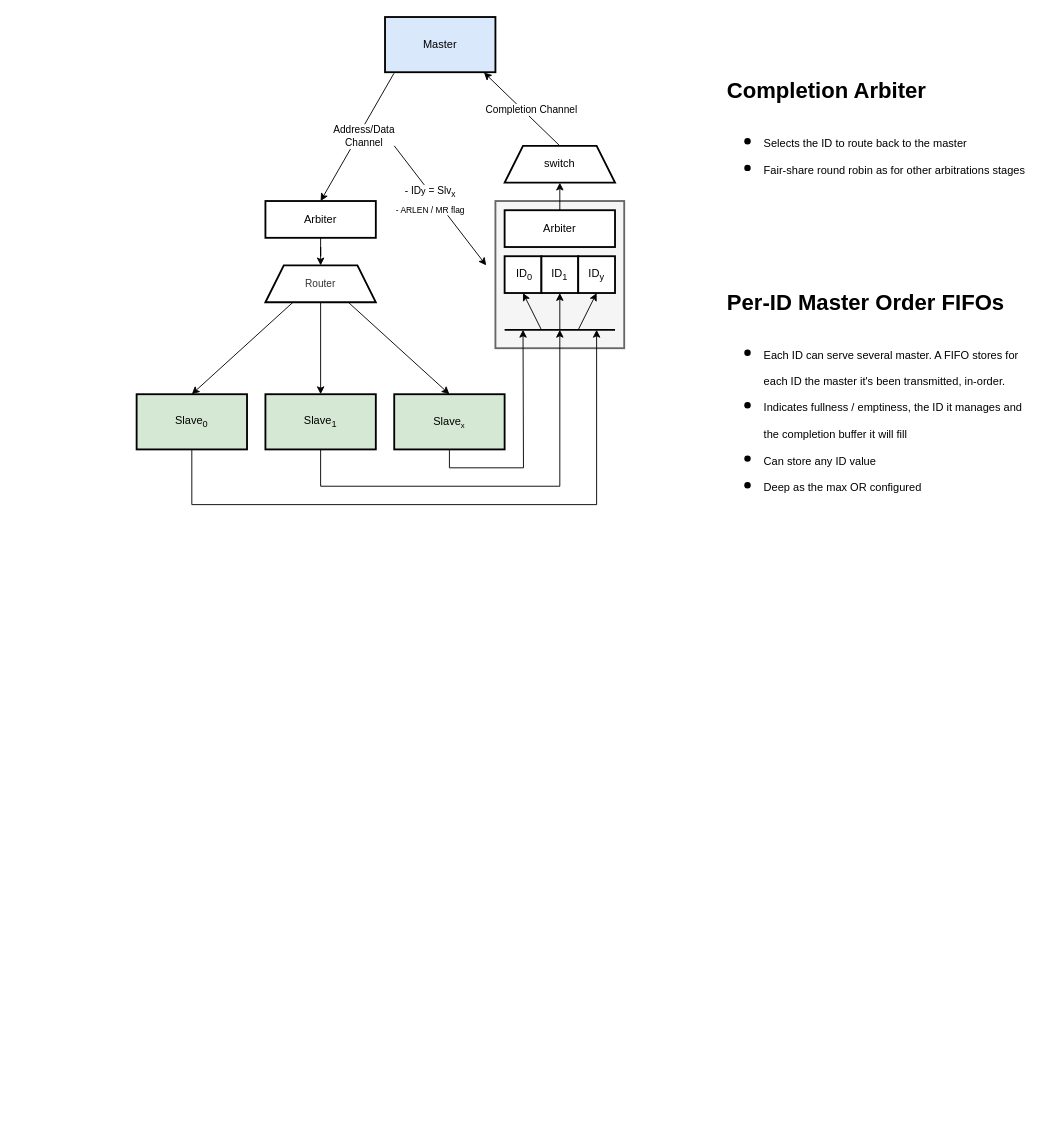
The draw.io diagram page "Slave Switch OoO" (3 of 3) of doc/crossbar.drawio in dpretet/axi-crossbar, before the edit. Source tidied: cells renumbered, new cells numbered last; positions are measured from the earlier drawing's top-left corner, leaving out a move shared by most shapes. Both pictures are drawn from the tidied source at 92%, with x=0, y=0 at pixel (136, 17).
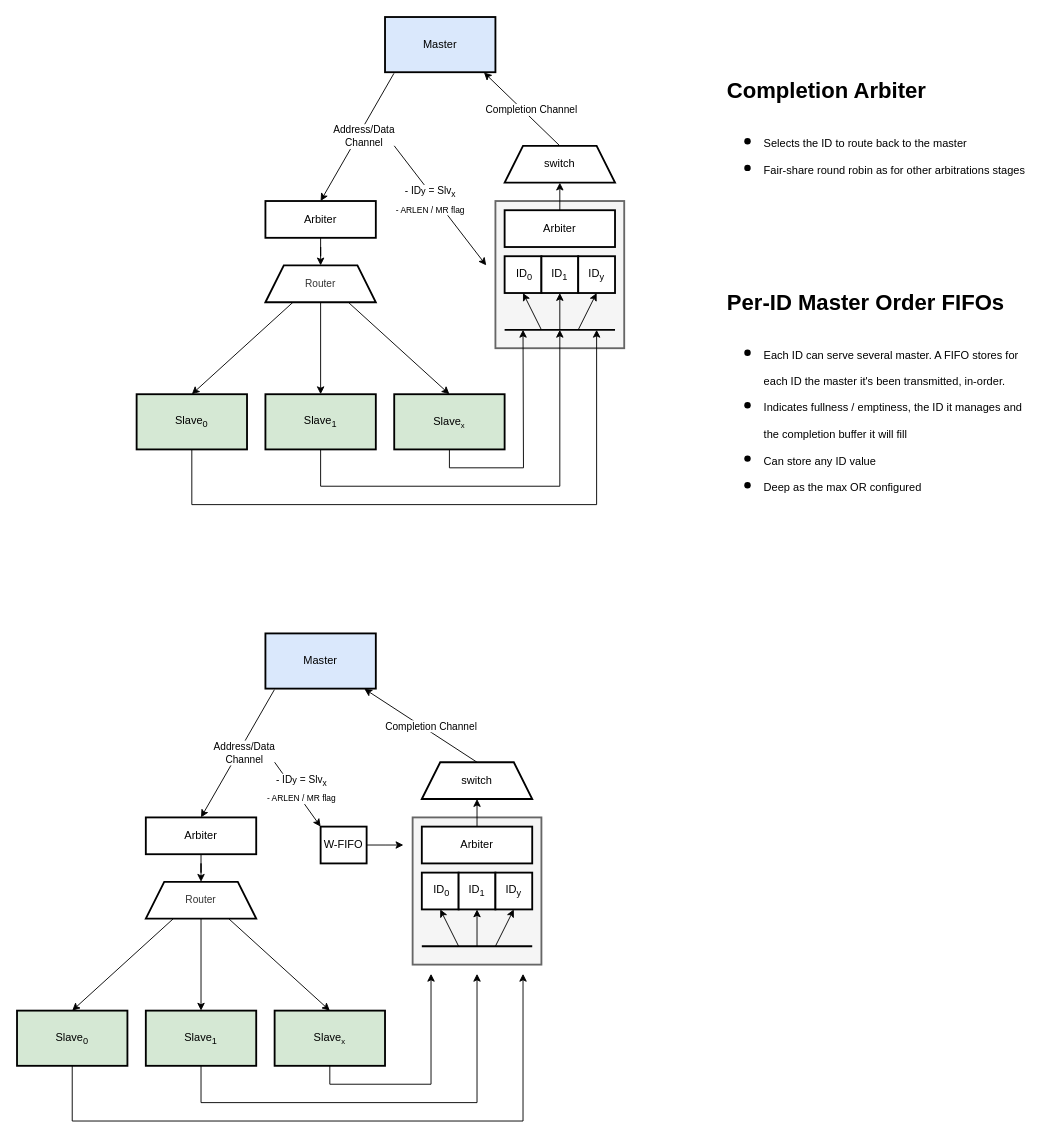
Above is the later version.

Commit message (it also covers changes not shown here):
Change: rewrite ordering rules management chapter Fix: slv_switch_rd.sv didn't use correctly a_mr / c_mr flag Fix: mst_driver.sv didn't reset the read channels pointers

Change to the diagram source:
```diff
@@
+    <mxCell id="34" style="rounded=0;whiteSpace=wrap;html=1;fillColor=#f5f5f5;fontColor=#333333;strokeColor=#666666;strokeWidth=2;" parent="1" vertex="1">
+      <mxGeometry x="300" y="870" width="140" height="160" as="geometry" />
+    </mxCell>
+    <mxCell id="35" value="&amp;nbsp;ID&lt;sub&gt;0&lt;/sub&gt;" style="rounded=0;whiteSpace=wrap;html=1;strokeWidth=2;" parent="1" vertex="1">
+      <mxGeometry x="310" y="930" width="40" height="40" as="geometry" />
+    </mxCell>
+    <mxCell id="36" value="ID&lt;sub&gt;1&lt;/sub&gt;" style="rounded=0;whiteSpace=wrap;html=1;strokeWidth=2;" parent="1" vertex="1">
+      <mxGeometry x="350" y="930" width="40" height="40" as="geometry" />
+    </mxCell>
+    <mxCell id="37" value="ID&lt;sub&gt;y&lt;/sub&gt;" style="rounded=0;whiteSpace=wrap;html=1;strokeWidth=2;" parent="1" vertex="1">
+      <mxGeometry x="390" y="930" width="40" height="40" as="geometry" />
+    </mxCell>
+    <mxCell id="38" style="rounded=0;jettySize=auto;html=1;exitX=0.081;exitY=1.02;exitDx=0;exitDy=0;exitPerimeter=0;entryX=0.5;entryY=0;entryDx=0;entryDy=0;" parent="1" edge="1" source="40" target="63">
+      <mxGeometry relative="1" as="geometry" />
+    </mxCell>
+    <mxCell id="39" value="Address/Data &lt;br&gt;Channel" style="edgeLabel;html=1;align=center;verticalAlign=middle;" parent="38" vertex="1">
+      <mxGeometry x="-0.14" y="-1" relative="1" as="geometry">
+        <mxPoint x="2" y="9" as="offset" />
+      </mxGeometry>
+    </mxCell>
+    <mxCell id="40" value="Master" style="rounded=0;whiteSpace=wrap;html=1;fillColor=#dae8fc;strokeWidth=2;" parent="1" vertex="1">
+      <mxGeometry x="140" y="670" width="120" height="60" as="geometry" />
+    </mxCell>
+    <mxCell id="41" style="edgeStyle=orthogonalEdgeStyle;rounded=0;jettySize=auto;html=1;exitX=0.5;exitY=1;exitDx=0;exitDy=0;" parent="1" edge="1" source="42">
+      <mxGeometry relative="1" as="geometry">
+        <mxPoint x="420" y="1040" as="targetPoint" />
+        <Array as="points">
+          <mxPoint x="-70" y="1200" />
+          <mxPoint x="420" y="1200" />
+        </Array>
+      </mxGeometry>
+    </mxCell>
+    <mxCell id="42" value="Slave&lt;sub&gt;0&lt;/sub&gt;" style="rounded=0;whiteSpace=wrap;html=1;fillColor=#d5e8d4;strokeWidth=2;" parent="1" vertex="1">
+      <mxGeometry x="-130" y="1080" width="120" height="60" as="geometry" />
+    </mxCell>
+    <mxCell id="43" style="edgeStyle=orthogonalEdgeStyle;rounded=0;jettySize=auto;html=1;exitX=0.5;exitY=1;exitDx=0;exitDy=0;" parent="1" edge="1" source="44">
+      <mxGeometry relative="1" as="geometry">
+        <mxPoint x="370" y="1040" as="targetPoint" />
+        <Array as="points">
+          <mxPoint x="70" y="1180" />
+          <mxPoint x="370" y="1180" />
+        </Array>
+      </mxGeometry>
+    </mxCell>
+    <mxCell id="44" value="Slave&lt;sub&gt;1&lt;/sub&gt;" style="rounded=0;whiteSpace=wrap;html=1;fillColor=#d5e8d4;strokeWidth=2;" parent="1" vertex="1">
+      <mxGeometry x="10" y="1080" width="120" height="60" as="geometry" />
+    </mxCell>
+    <mxCell id="45" style="edgeStyle=orthogonalEdgeStyle;rounded=0;jettySize=auto;html=1;exitX=0.5;exitY=1;exitDx=0;exitDy=0;" parent="1" edge="1" source="46">
+      <mxGeometry relative="1" as="geometry">
+        <mxPoint x="320" y="1040" as="targetPoint" />
+        <Array as="points">
+          <mxPoint x="210" y="1160" />
+          <mxPoint x="320" y="1160" />
+        </Array>
+      </mxGeometry>
+    </mxCell>
+    <mxCell id="46" value="Slave&lt;span style=&quot;font-size: 10px;&quot;&gt;&lt;sub&gt;x&lt;/sub&gt;&lt;/span&gt;" style="rounded=0;whiteSpace=wrap;html=1;fillColor=#d5e8d4;strokeWidth=2;" parent="1" vertex="1">
+      <mxGeometry x="150" y="1080" width="120" height="60" as="geometry" />
+    </mxCell>
+    <mxCell id="47" style="rounded=0;jettySize=auto;html=1;exitX=0.25;exitY=1;exitDx=0;exitDy=0;entryX=0.5;entryY=0;entryDx=0;entryDy=0;entryPerimeter=0;" parent="1" edge="1" source="50" target="42">
+      <mxGeometry relative="1" as="geometry" />
+    </mxCell>
+    <mxCell id="48" style="rounded=0;jettySize=auto;html=1;exitX=0.5;exitY=1;exitDx=0;exitDy=0;" parent="1" edge="1" source="50" target="44">
+      <mxGeometry relative="1" as="geometry" />
+    </mxCell>
+    <mxCell id="49" style="rounded=0;jettySize=auto;html=1;exitX=0.75;exitY=1;exitDx=0;exitDy=0;entryX=0.5;entryY=0;entryDx=0;entryDy=0;" parent="1" edge="1" source="50" target="46">
+      <mxGeometry relative="1" as="geometry" />
+    </mxCell>
+    <mxCell id="50" value="Router" style="shape=trapezoid;perimeter=trapezoidPerimeter;whiteSpace=wrap;html=1;fixedSize=1;fillColor=none;fontColor=#333333;strokeWidth=2;fontSize=11;" parent="1" vertex="1">
+      <mxGeometry x="10" y="940" width="120" height="40" as="geometry" />
+    </mxCell>
+    <mxCell id="51" style="edgeStyle=none;rounded=0;jettySize=auto;html=1;entryX=0.896;entryY=1.004;entryDx=0;entryDy=0;entryPerimeter=0;exitX=0.5;exitY=0;exitDx=0;exitDy=0;" parent="1" edge="1" source="59" target="40">
+      <mxGeometry relative="1" as="geometry" />
+    </mxCell>
+    <mxCell id="52" value="Completion Channel" style="edgeLabel;html=1;align=center;verticalAlign=middle;" parent="51" vertex="1">
+      <mxGeometry x="-0.05" y="-1" relative="1" as="geometry">
+        <mxPoint x="7" y="-1" as="offset" />
+      </mxGeometry>
+    </mxCell>
+    <mxCell id="53" style="endArrow=none;html=1;rounded=0;strokeWidth=2;" parent="1" edge="1">
+      <mxGeometry relative="1" as="geometry">
+        <mxPoint x="310" y="1010" as="sourcePoint" />
+        <mxPoint x="430" y="1010" as="targetPoint" />
+      </mxGeometry>
+    </mxCell>
+    <mxCell id="54" style="endArrow=classic;html=1;rounded=0;entryX=0;entryY=0;entryDx=0;entryDy=0;" parent="1" edge="1" target="65">
+      <mxGeometry relative="1" as="geometry">
+        <mxPoint x="150" y="810" as="sourcePoint" />
+      </mxGeometry>
+    </mxCell>
+    <mxCell id="55" value="- ID&lt;font size=&quot;1&quot;&gt;y&lt;/font&gt;&amp;nbsp;= Slv&lt;sub&gt;x&lt;/sub&gt;&lt;div&gt;&lt;sub&gt;- ARLEN / MR flag&lt;/sub&gt;&lt;/div&gt;" style="edgeLabel;html=1;align=center;verticalAlign=middle;" parent="1" vertex="1">
+      <mxGeometry x="140" y="800" as="geometry">
+        <mxPoint x="38" y="38" as="offset" />
+      </mxGeometry>
+    </mxCell>
+    <mxCell id="56" style="endArrow=classic;html=1;rounded=0;entryX=0.5;entryY=1;entryDx=0;entryDy=0;" parent="1" edge="1" target="37">
+      <mxGeometry relative="1" as="geometry">
+        <mxPoint x="390" y="1010" as="sourcePoint" />
+      </mxGeometry>
+    </mxCell>
+    <mxCell id="57" style="endArrow=classic;html=1;rounded=0;entryX=0.5;entryY=1;entryDx=0;entryDy=0;" parent="1" edge="1" target="35">
+      <mxGeometry relative="1" as="geometry">
+        <mxPoint x="350" y="1010" as="sourcePoint" />
+      </mxGeometry>
+    </mxCell>
+    <mxCell id="58" style="endArrow=classic;html=1;rounded=0;entryX=0.5;entryY=1;entryDx=0;entryDy=0;" parent="1" edge="1" target="36">
+      <mxGeometry relative="1" as="geometry">
+        <mxPoint x="370" y="1010" as="sourcePoint" />
+      </mxGeometry>
+    </mxCell>
+    <mxCell id="59" value="switch" style="shape=trapezoid;perimeter=trapezoidPerimeter;whiteSpace=wrap;html=1;fixedSize=1;strokeWidth=2;" parent="1" vertex="1">
+      <mxGeometry x="310" y="810" width="120" height="40" as="geometry" />
+    </mxCell>
+    <mxCell id="60" style="edgeStyle=orthogonalEdgeStyle;rounded=0;jettySize=auto;html=1;exitX=0.5;exitY=0;exitDx=0;exitDy=0;entryX=0.5;entryY=1;entryDx=0;entryDy=0;" parent="1" edge="1" source="61" target="59">
+      <mxGeometry relative="1" as="geometry" />
+    </mxCell>
+    <mxCell id="61" value="Arbiter" style="rounded=0;whiteSpace=wrap;html=1;strokeWidth=2;" parent="1" vertex="1">
+      <mxGeometry x="310" y="880" width="120" height="40" as="geometry" />
+    </mxCell>
+    <mxCell id="62" style="edgeStyle=orthogonalEdgeStyle;rounded=0;jettySize=auto;html=1;" parent="1" edge="1" source="63" target="50">
+      <mxGeometry relative="1" as="geometry" />
+    </mxCell>
+    <mxCell id="63" value="Arbiter" style="rounded=0;whiteSpace=wrap;html=1;strokeWidth=2;" parent="1" vertex="1">
+      <mxGeometry x="10" y="870" width="120" height="40" as="geometry" />
+    </mxCell>
+    <mxCell id="64" style="edgeStyle=orthogonalEdgeStyle;rounded=0;jettySize=auto;html=1;exitX=1;exitY=0.5;exitDx=0;exitDy=0;" parent="1" edge="1" source="65">
+      <mxGeometry relative="1" as="geometry">
+        <mxPoint x="290" y="900" as="targetPoint" />
+      </mxGeometry>
+    </mxCell>
+    <mxCell id="65" value="W-FIFO" style="rounded=0;whiteSpace=wrap;html=1;strokeWidth=2;" parent="1" vertex="1">
+      <mxGeometry x="200" y="880" width="50" height="40" as="geometry" />
+    </mxCell>
```
